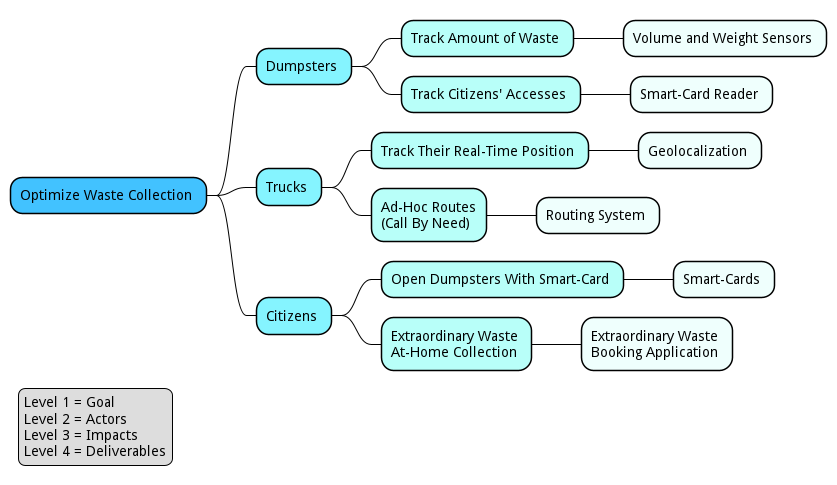
Above: uml/impact-mapping.pm.png in SmartWasteCollection/project-management (PlantUML), before the change. Its diagram source:
```plantuml
@startmindmap
!include ../metamodels/mindmaps.iuml

goal("Optimize Waste Collection")

actor("Dumpsters")
    impact("Track Amount of Waste")
        deliverable("Volume and Weight Sensors")
    impact("Track Citizens' Accesses")
        deliverable("Smart-Card Reader")

actor("Trucks")
    impact("Track Their Real-Time Position")
        deliverable("Geolocalization")
    impact("Ad-Hoc Routes\n(Call By Need)")
        deliverable("Routing System")

actor("Citizens")
    impact("Open Dumpsters With Smart-Card")
        deliverable("Smart-Cards")
    impact("Extraordinary Waste\nAt-Home Collection")
        deliverable("Extraordinary Waste\nBooking Application")

legend left
    Level 1 = Goal
    Level 2 = Actors
    Level 3 = Impacts
    Level 4 = Deliverables
endlegend
@endmindmap
```
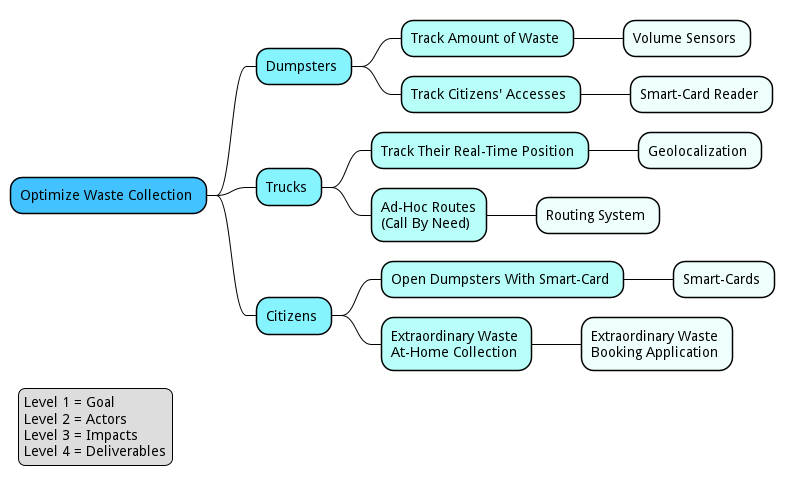
After the change.

Commit message:
Generate PNG files for PlantUML diagrams

Diff of the diagram source:
```diff
@@ -5,7 +5,7 @@
 
 actor("Dumpsters")
     impact("Track Amount of Waste")
-        deliverable("Volume and Weight Sensors")
+        deliverable("Volume Sensors")
     impact("Track Citizens' Accesses")
         deliverable("Smart-Card Reader")
 
```
